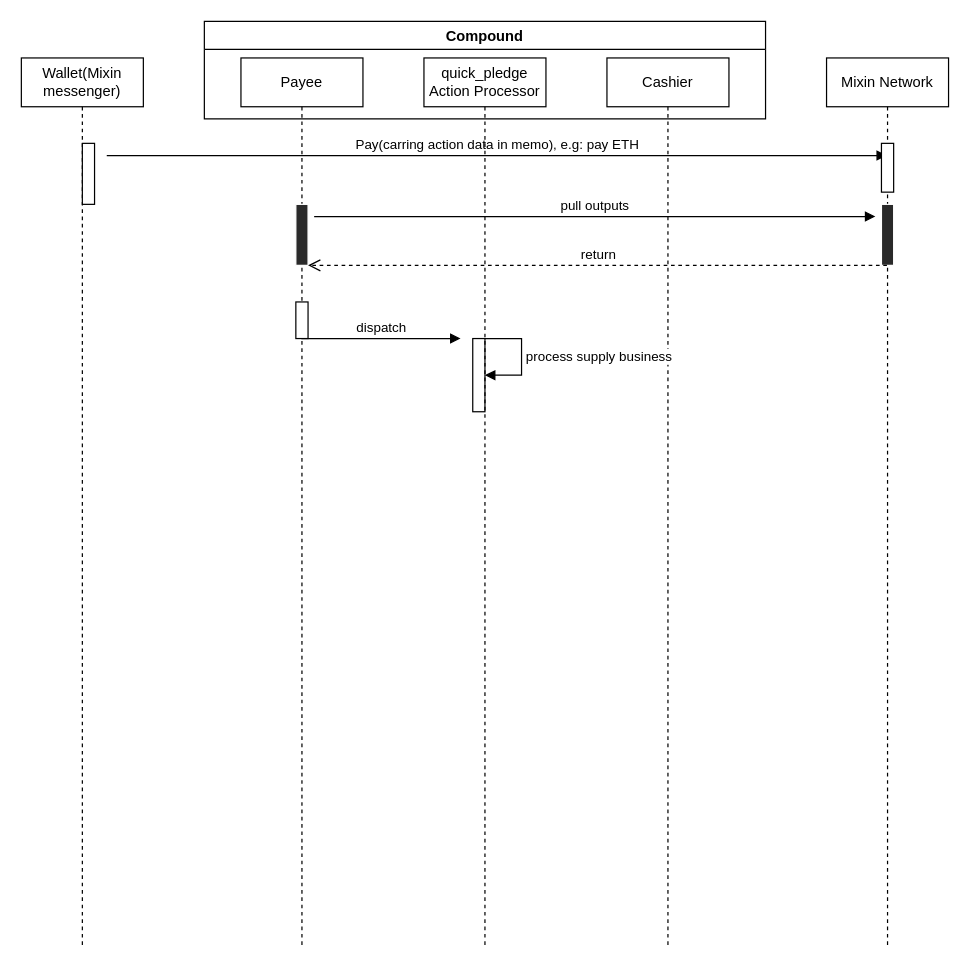
fox-one/compound keeps this draw.io diagram as docs/images/tl_quick_pledge.drawio. Above is the earlier version. Source tidied: cells renumbered, new cells numbered last; positions are measured from the earlier drawing's top-left corner, leaving out a move shared by most shapes. Both pictures are drawn from the tidied source at 122%, with x=0, y=0 at pixel (21, 21).
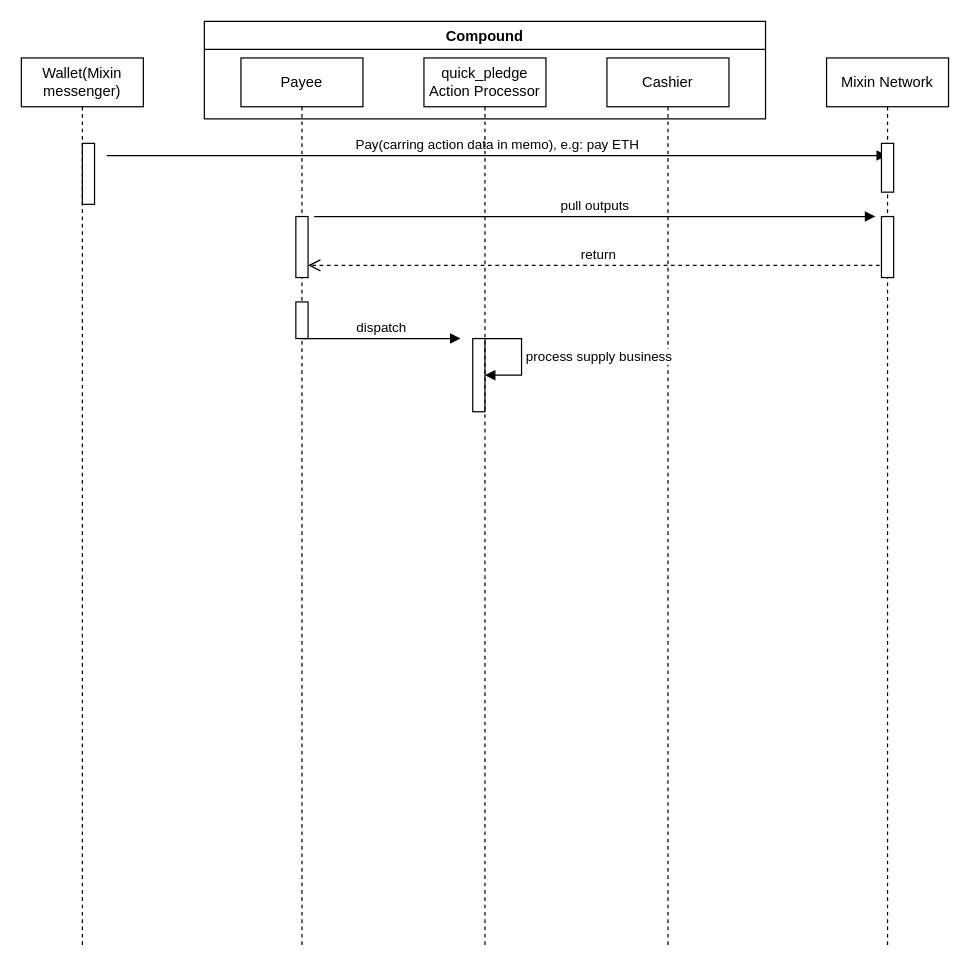
Above is the later version.

Commit message (it also covers changes not shown here):
add quick action diagrams

The change refers to these unchanged cells:
```xml
<mxCell id="5" value="Mixin Network" style="shape=umlLifeline;perimeter=lifelinePerimeter;whiteSpace=wrap;html=1;outlineConnect=0;" parent="1" vertex="1">
  <mxGeometry x="660" y="30" width="100" height="730" as="geometry" />
</mxCell>
<mxCell id="10" value="Payee" style="shape=umlLifeline;perimeter=lifelinePerimeter;whiteSpace=wrap;html=1;outlineConnect=0;" parent="1" vertex="1">
  <mxGeometry x="180" y="30" width="100" height="730" as="geometry" />
</mxCell>
```

The edit, as a diff of the source:
```diff
@@
-    <mxCell id="7" style="html=1;perimeter=orthogonalPerimeter;strokeColor=#FFFFFF;fillColor=#2A2A2A;" parent="5" vertex="1">
-      <mxGeometry x="45" y="120" width="10" height="50" as="geometry" />
-    </mxCell>
@@
-    <mxCell id="13" style="html=1;points=[];perimeter=orthogonalPerimeter;fillColor=#2A2A2A;strokeColor=#FFFFFF;" parent="10" vertex="1">
-      <mxGeometry x="45" y="120" width="10" height="50" as="geometry" />
-    </mxCell>
@@
-    <mxCell id="18" value="return" style="html=1;verticalAlign=bottom;endArrow=open;dashed=1;endSize=8;" parent="1" edge="1" source="5" target="13">
-      <mxGeometry relative="1" as="geometry" />
+    <mxCell id="18" value="return" style="html=1;verticalAlign=bottom;endArrow=open;dashed=1;endSize=8;" parent="1" edge="1" source="5">
+      <mxGeometry relative="1" as="geometry">
+        <mxPoint x="235" y="200" as="targetPoint" />
+      </mxGeometry>
     </mxCell>
+    <mxCell id="19" style="html=1;perimeter=orthogonalPerimeter;" parent="1" vertex="1">
+      <mxGeometry x="705" y="160" width="10" height="50" as="geometry" />
+    </mxCell>
+    <mxCell id="20" style="html=1;perimeter=orthogonalPerimeter;" parent="1" vertex="1">
+      <mxGeometry x="225" y="160" width="10" height="50" as="geometry" />
+    </mxCell>
```
